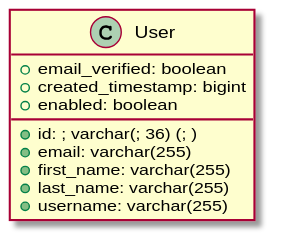
Jeff-Tian/uni-sso keeps this PlantUML diagram as entities.svg. Above is the earlier version.
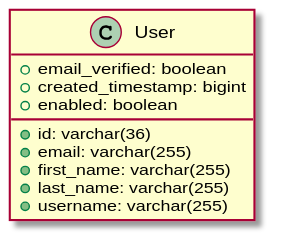
The same file after the commit.

Diff of the diagram source:
```diff
@@ -1,6 +1,6 @@
 @startuml
 class User {
-    +id: ; varchar(; 36) (; )
+    +id: varchar(36)
     +email: varchar(255)
     +email_verified: boolean
     +first_name: varchar(255)
```
